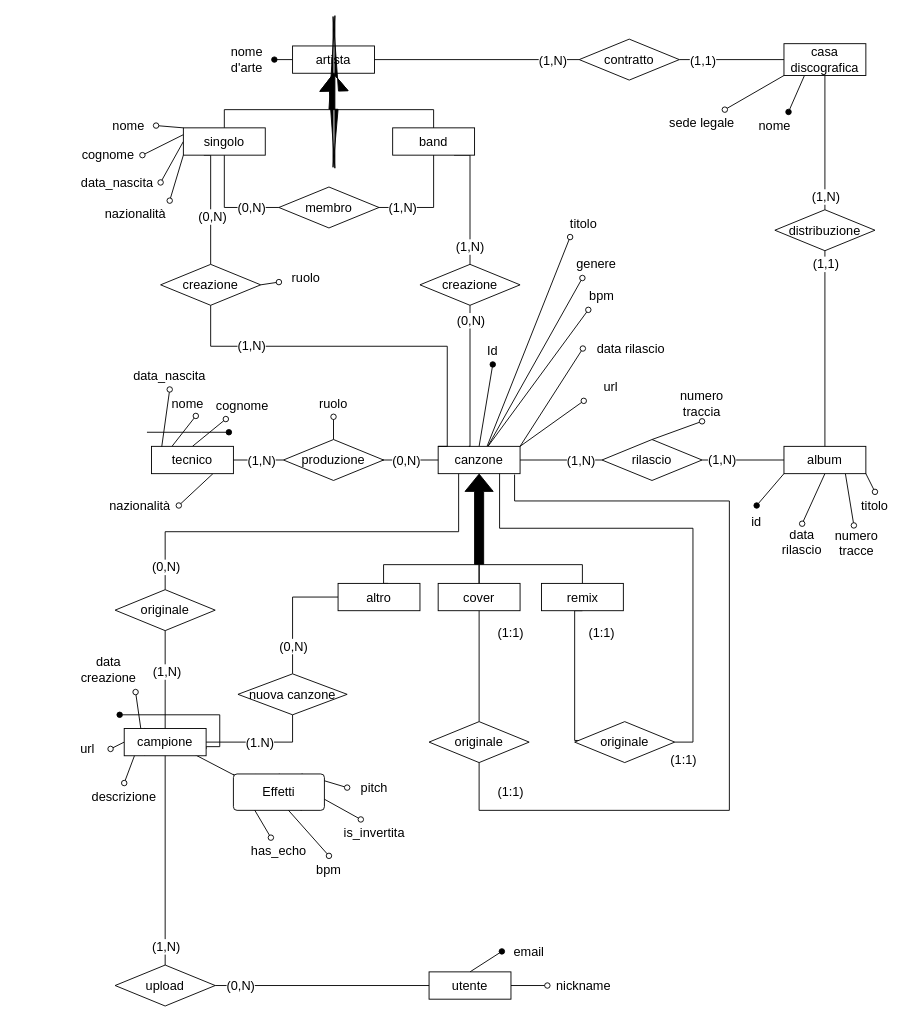
Stef4noo/materiale-progetto-basi keeps this draw.io diagram as diagramma er v2.drawio. Above is the earlier version. Source tidied: cells renumbered, new cells numbered last; positions are measured from the earlier drawing's top-left corner, leaving out a move shared by most shapes. Both pictures are drawn from the tidied source at 91%, with x=0, y=0 at pixel (65, 38).
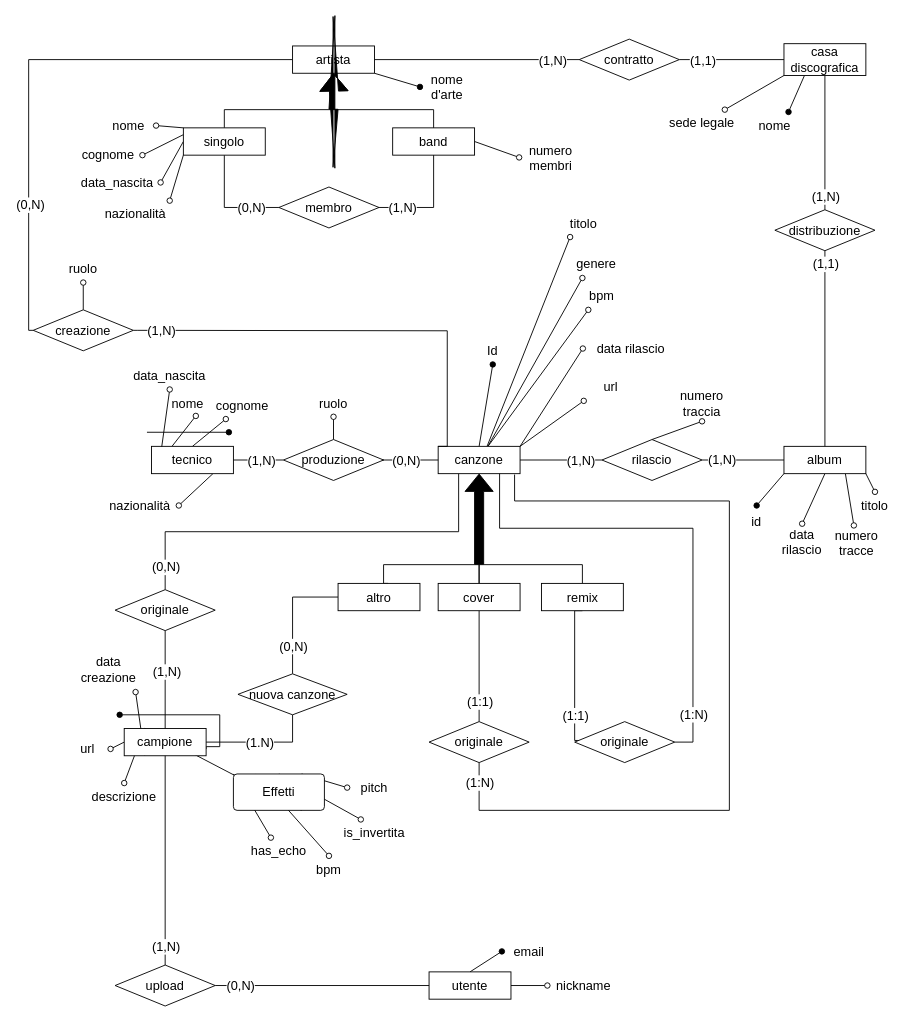
After the change.

The change refers to these unchanged cells:
```xml
<mxCell id="10" value="canzone" style="whiteSpace=wrap;html=1;align=center;labelBackgroundColor=none;fontSize=14;" parent="1" vertex="1">
  <mxGeometry x="410" y="448" width="90" height="30" as="geometry" />
</mxCell>
<mxCell id="30" value="band" style="whiteSpace=wrap;html=1;align=center;labelBackgroundColor=none;fontSize=14;" parent="1" vertex="1">
  <mxGeometry x="360" y="98" width="90" height="30" as="geometry" />
</mxCell>
<mxCell id="57" value="singolo" style="whiteSpace=wrap;html=1;align=center;labelBackgroundColor=none;fontSize=14;" parent="1" vertex="1">
  <mxGeometry x="130" y="98" width="90" height="30" as="geometry" />
</mxCell>
<mxCell id="59" value="artista" style="whiteSpace=wrap;html=1;align=center;labelBackgroundColor=none;fontSize=14;" parent="1" vertex="1">
  <mxGeometry x="250" y="8" width="90" height="30" as="geometry" />
</mxCell>
<mxCell id="131" style="edgeStyle=orthogonalEdgeStyle;rounded=0;jettySize=auto;html=1;exitX=0.5;exitY=1;exitDx=0;exitDy=0;fontSize=14;endArrow=none;endFill=0;" parent="1" edge="1" source="133" target="138">
  <mxGeometry relative="1" as="geometry" />
</mxCell>
<mxCell id="134" style="edgeStyle=orthogonalEdgeStyle;rounded=0;jettySize=auto;html=1;exitX=0.5;exitY=1;exitDx=0;exitDy=0;entryX=0.091;entryY=0.461;entryDx=0;entryDy=0;fontSize=14;endArrow=none;endFill=0;entryPerimeter=0;" parent="1" edge="1" source="135" target="140">
  <mxGeometry relative="1" as="geometry">
    <Array as="points">
      <mxPoint x="560" y="629" />
      <mxPoint x="560" y="771" />
    </Array>
  </mxGeometry>
</mxCell>
<mxCell id="139" style="edgeStyle=orthogonalEdgeStyle;rounded=0;jettySize=auto;html=1;exitX=1;exitY=0.5;exitDx=0;exitDy=0;entryX=0.75;entryY=1;entryDx=0;entryDy=0;fontSize=14;endArrow=none;endFill=0;" parent="1" edge="1" source="140" target="10">
  <mxGeometry relative="1" as="geometry">
    <Array as="points">
      <mxPoint x="690" y="773" />
      <mxPoint x="690" y="538" />
      <mxPoint x="478" y="538" />
    </Array>
  </mxGeometry>
</mxCell>
<mxCell id="141" style="edgeStyle=orthogonalEdgeStyle;rounded=0;jettySize=auto;html=1;exitX=0.5;exitY=1;exitDx=0;exitDy=0;entryX=0.933;entryY=1.033;entryDx=0;entryDy=0;entryPerimeter=0;fontSize=14;endArrow=none;endFill=0;" parent="1" edge="1" source="138" target="10">
  <mxGeometry relative="1" as="geometry">
    <Array as="points">
      <mxPoint x="455" y="848" />
      <mxPoint x="730" y="848" />
      <mxPoint x="730" y="508" />
      <mxPoint x="494" y="508" />
    </Array>
  </mxGeometry>
</mxCell>
```

What changed in the source:
```diff
@@
-    <mxCell id="28" style="edgeStyle=orthogonalEdgeStyle;rounded=0;jettySize=auto;html=1;exitX=0.75;exitY=1;exitDx=0;exitDy=0;entryX=0.5;entryY=0;entryDx=0;entryDy=0;endArrow=none;endFill=0;fontSize=14;" parent="1" edge="1" source="30" target="128">
-      <mxGeometry relative="1" as="geometry">
-        <Array as="points">
-          <mxPoint x="445" y="128" />
-        </Array>
-      </mxGeometry>
-    </mxCell>
-    <mxCell id="29" value="(1,N)" style="edgeLabel;html=1;align=center;verticalAlign=middle;fontSize=14;" parent="28" vertex="1">
-      <mxGeometry x="0.72" y="-1" relative="1" as="geometry" />
-    </mxCell>
+    <mxCell id="150" style="rounded=0;jettySize=auto;html=1;exitX=1;exitY=0.5;exitDx=0;exitDy=0;entryX=0;entryY=0.5;entryDx=0;entryDy=0;endArrow=oval;endFill=0;" parent="1" edge="1" source="30" target="155">
+      <mxGeometry relative="1" as="geometry" />
+    </mxCell>
@@
-    <mxCell id="54" style="edgeStyle=orthogonalEdgeStyle;rounded=0;jettySize=auto;html=1;exitX=0.25;exitY=1;exitDx=0;exitDy=0;endArrow=none;endFill=0;fontSize=14;" parent="1" edge="1" source="57" target="65">
+    <mxCell id="54" style="edgeStyle=orthogonalEdgeStyle;rounded=0;jettySize=auto;html=1;endArrow=none;endFill=0;fontSize=14;exitX=0;exitY=0.5;exitDx=0;exitDy=0;entryX=0;entryY=0.5;entryDx=0;entryDy=0;" parent="1" edge="1" source="59" target="65">
       <mxGeometry relative="1" as="geometry">
         <Array as="points">
-          <mxPoint x="160" y="128" />
+          <mxPoint x="-40" y="23" />
+          <mxPoint x="-40" y="321" />
         </Array>
       </mxGeometry>
     </mxCell>
     <mxCell id="55" value="(0,N)" style="edgeLabel;html=1;align=center;verticalAlign=middle;fontSize=14;" parent="54" vertex="1">
-      <mxGeometry x="0.18" y="1" relative="1" as="geometry" />
+      <mxGeometry x="0.18" y="1" relative="1" as="geometry">
+        <mxPoint y="99" as="offset" />
+      </mxGeometry>
     </mxCell>
@@
-    <mxCell id="58" style="rounded=0;jettySize=auto;html=1;exitX=0;exitY=0.5;exitDx=0;exitDy=0;entryX=1;entryY=0.5;entryDx=0;entryDy=0;endArrow=oval;endFill=1;fontSize=14;" parent="1" edge="1" source="59" target="99">
+    <mxCell id="58" style="rounded=0;jettySize=auto;html=1;exitX=1;exitY=1;exitDx=0;exitDy=0;entryX=0;entryY=0.5;entryDx=0;entryDy=0;endArrow=oval;endFill=1;fontSize=14;" parent="1" edge="1" source="59" target="99">
       <mxGeometry relative="1" as="geometry" />
     </mxCell>
@@
-    <mxCell id="64" style="rounded=0;jettySize=auto;html=1;exitX=1;exitY=0.5;exitDx=0;exitDy=0;endArrow=oval;endFill=0;fontSize=14;" parent="1" edge="1" source="65" target="115">
+    <mxCell id="64" style="rounded=0;jettySize=auto;html=1;exitX=0.5;exitY=0;exitDx=0;exitDy=0;endArrow=oval;endFill=0;fontSize=14;" parent="1" edge="1" source="65" target="115">
       <mxGeometry relative="1" as="geometry" />
     </mxCell>
     <mxCell id="65" value="creazione" style="shape=rhombus;perimeter=rhombusPerimeter;whiteSpace=wrap;html=1;align=center;labelBackgroundColor=none;fontSize=14;" parent="1" vertex="1">
-      <mxGeometry x="105" y="248" width="110" height="45" as="geometry" />
+      <mxGeometry x="-35" y="298" width="110" height="45" as="geometry" />
     </mxCell>
@@
-    <mxCell id="72" style="edgeStyle=orthogonalEdgeStyle;rounded=0;jettySize=auto;html=1;entryX=0;entryY=0;entryDx=0;entryDy=0;endArrow=none;endFill=0;exitX=0.5;exitY=1;exitDx=0;exitDy=0;fontSize=14;" parent="1" edge="1" source="65" target="10">
+    <mxCell id="72" style="edgeStyle=orthogonalEdgeStyle;rounded=0;jettySize=auto;html=1;entryX=0;entryY=0;entryDx=0;entryDy=0;endArrow=none;endFill=0;exitX=1;exitY=0.5;exitDx=0;exitDy=0;fontSize=14;" parent="1" edge="1" source="65" target="10">
       <mxGeometry relative="1" as="geometry">
         <Array as="points">
-          <mxPoint x="160" y="338" />
-          <mxPoint x="420" y="338" />
+          <mxPoint x="80" y="321" />
+          <mxPoint x="420" y="321" />
           <mxPoint x="420" y="448" />
         </Array>
       </mxGeometry>
     </mxCell>
     <mxCell id="73" value="(1,N)" style="edgeLabel;html=1;align=center;verticalAlign=middle;fontSize=14;" parent="72" vertex="1">
       <mxGeometry x="-0.57" y="1" relative="1" as="geometry">
-        <mxPoint x="-2" as="offset" />
+        <mxPoint x="-74" y="1" as="offset" />
       </mxGeometry>
     </mxCell>
@@
     <mxCell id="99" value="&lt;div&gt;nome&lt;/div&gt;&lt;div&gt;d'arte&lt;/div&gt;" style="text;html=1;whiteSpace=wrap;strokeColor=none;fillColor=none;align=center;verticalAlign=middle;rounded=0;fontSize=14;" parent="1" vertex="1">
-      <mxGeometry x="170" y="8" width="60" height="30" as="geometry" />
+      <mxGeometry x="390" y="38" width="60" height="30" as="geometry" />
     </mxCell>
@@
     <mxCell id="115" value="ruolo" style="text;html=1;whiteSpace=wrap;strokeColor=none;fillColor=none;align=center;verticalAlign=middle;rounded=0;fontSize=14;" parent="1" vertex="1">
-      <mxGeometry x="235" y="248" width="60" height="30" as="geometry" />
+      <mxGeometry x="-10" y="238" width="60" height="30" as="geometry" />
     </mxCell>
@@
-    <mxCell id="128" value="creazione" style="shape=rhombus;perimeter=rhombusPerimeter;whiteSpace=wrap;html=1;align=center;labelBackgroundColor=none;fontSize=14;" parent="1" vertex="1">
-      <mxGeometry x="390" y="248" width="110" height="45" as="geometry" />
-    </mxCell>
-    <mxCell id="129" style="edgeStyle=orthogonalEdgeStyle;rounded=0;jettySize=auto;html=1;exitX=0.5;exitY=1;exitDx=0;exitDy=0;entryX=0.375;entryY=-0.003;entryDx=0;entryDy=0;entryPerimeter=0;endArrow=none;endFill=0;fontSize=14;" parent="1" edge="1" source="128" target="10">
-      <mxGeometry relative="1" as="geometry">
-        <Array as="points">
-          <mxPoint x="445" y="448" />
-        </Array>
-      </mxGeometry>
-    </mxCell>
-    <mxCell id="130" value="(0,N)" style="edgeLabel;html=1;align=center;verticalAlign=middle;fontSize=14;" parent="129" vertex="1">
-      <mxGeometry x="-0.79" relative="1" as="geometry" />
-    </mxCell>
@@
+    <mxCell id="151" value="(1:1)" style="edgeLabel;html=1;align=center;verticalAlign=middle;fontSize=14;" parent="131" vertex="1">
+      <mxGeometry x="-0.63" y="1" relative="1" as="geometry">
+        <mxPoint x="-1" y="77" as="offset" />
+      </mxGeometry>
+    </mxCell>
@@
+    <mxCell id="152" value="(1:1)" style="edgeLabel;html=1;align=center;verticalAlign=middle;fontSize=14;" parent="134" vertex="1">
+      <mxGeometry x="-0.59" y="2" relative="1" as="geometry">
+        <mxPoint x="-2" y="90" as="offset" />
+      </mxGeometry>
+    </mxCell>
@@
+    <mxCell id="153" value="(1:N)" style="edgeLabel;html=1;align=center;verticalAlign=middle;fontSize=14;" parent="139" vertex="1">
+      <mxGeometry x="-0.73" y="-2" relative="1" as="geometry">
+        <mxPoint x="-2" y="20" as="offset" />
+      </mxGeometry>
+    </mxCell>
@@
+    <mxCell id="154" value="(1:N)" style="edgeLabel;html=1;align=center;verticalAlign=middle;fontSize=14;" parent="141" vertex="1">
+      <mxGeometry x="-0.94" relative="1" as="geometry">
+        <mxPoint y="-6" as="offset" />
+      </mxGeometry>
+    </mxCell>
@@
-    <mxCell id="144" value="(1:1)" style="text;html=1;whiteSpace=wrap;strokeColor=none;fillColor=none;align=center;verticalAlign=middle;rounded=0;fontSize=14;" parent="1" vertex="1">
-      <mxGeometry x="460" y="638" width="60" height="30" as="geometry" />
-    </mxCell>
-    <mxCell id="145" value="(1:1)" style="text;html=1;whiteSpace=wrap;strokeColor=none;fillColor=none;align=center;verticalAlign=middle;rounded=0;fontSize=14;" parent="1" vertex="1">
-      <mxGeometry x="560" y="638" width="60" height="30" as="geometry" />
-    </mxCell>
-    <mxCell id="146" value="(1:1)" style="text;html=1;whiteSpace=wrap;strokeColor=none;fillColor=none;align=center;verticalAlign=middle;rounded=0;fontSize=14;" parent="1" vertex="1">
-      <mxGeometry x="460" y="813" width="60" height="30" as="geometry" />
-    </mxCell>
-    <mxCell id="147" value="(1:1)" style="text;html=1;whiteSpace=wrap;strokeColor=none;fillColor=none;align=center;verticalAlign=middle;rounded=0;fontSize=14;" parent="1" vertex="1">
-      <mxGeometry x="650" y="778" width="60" height="30" as="geometry" />
-    </mxCell>
@@
+    <mxCell id="155" value="&lt;div&gt;numero&lt;/div&gt;&lt;div&gt;membri&lt;/div&gt;" style="text;html=1;whiteSpace=wrap;strokeColor=none;fillColor=none;align=center;verticalAlign=middle;rounded=0;fontSize=14;" parent="1" vertex="1">
+      <mxGeometry x="499" y="110.5" width="70" height="40" as="geometry" />
+    </mxCell>
```
